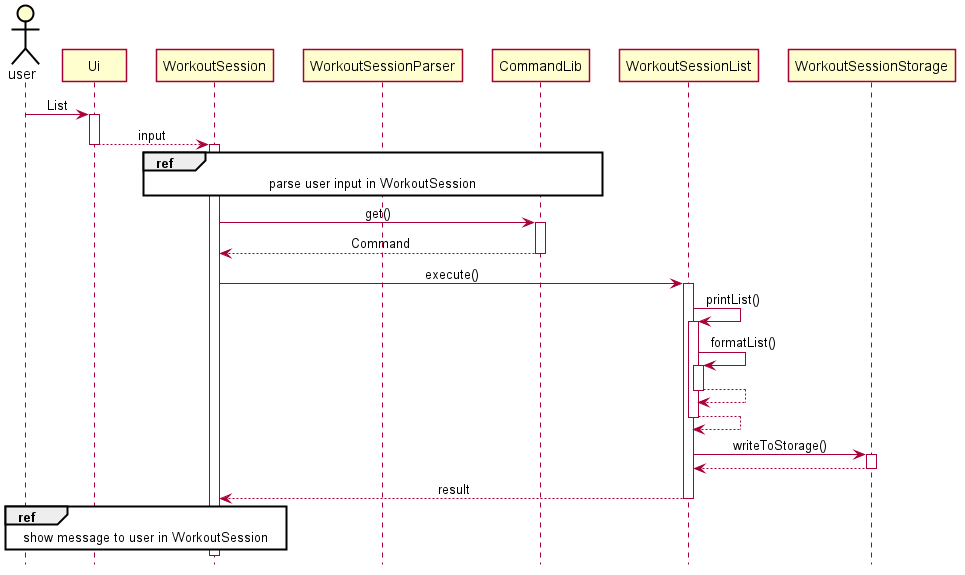
This is docs/pictures/jinyang/WorkoutSessionList.png from zsk612/tp, a PlantUML export, as it was before one commit.
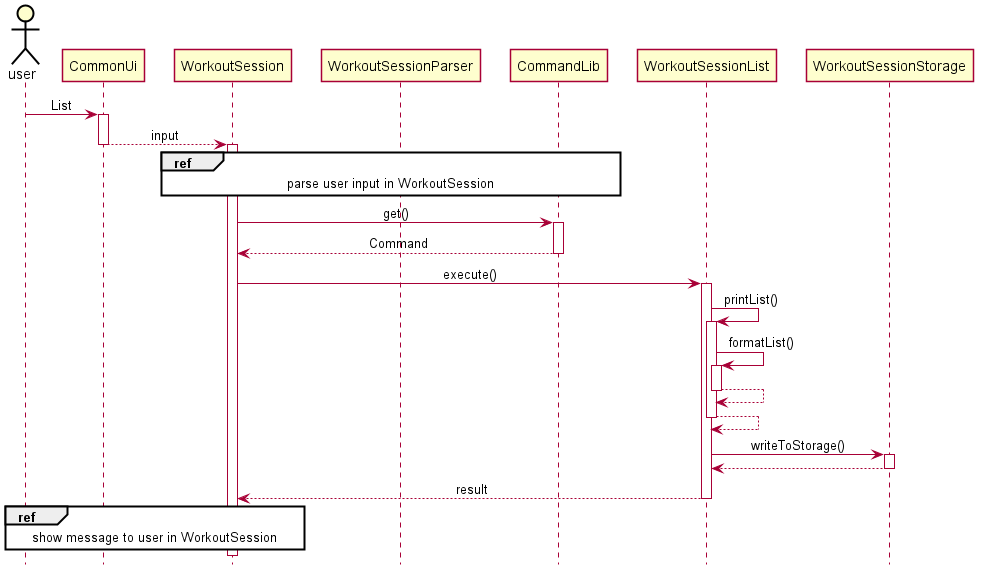
Later version of the same file.

Change to the diagram source:
```diff
@@ -5,9 +5,9 @@
 
 
 skinparam Class {
-    FontColor #FFFFFF
+    FontColor #000000
     BorderThickness 1
-    BorderColor #FFFFFF
+    BorderColor #000000
     StereotypeFontColor #FFFFFF
     FontName Arial
 }
@@ -42,8 +42,8 @@
 hide circle
 
 actor user
-user -> Ui++ : List
-Ui --> WorkoutSession -- : input
+user -> CommonUi++ : List
+CommonUi --> WorkoutSession -- : input
 
 activate WorkoutSession
 
@@ -73,5 +73,5 @@
 WorkoutSessionList --> WorkoutSession : result
 deactivate WorkoutSessionList
 
-ref over WorkoutSession, Ui, user: show message to user in WorkoutSession
+ref over WorkoutSession, CommonUi, user: show message to user in WorkoutSession
 @enduml
```
